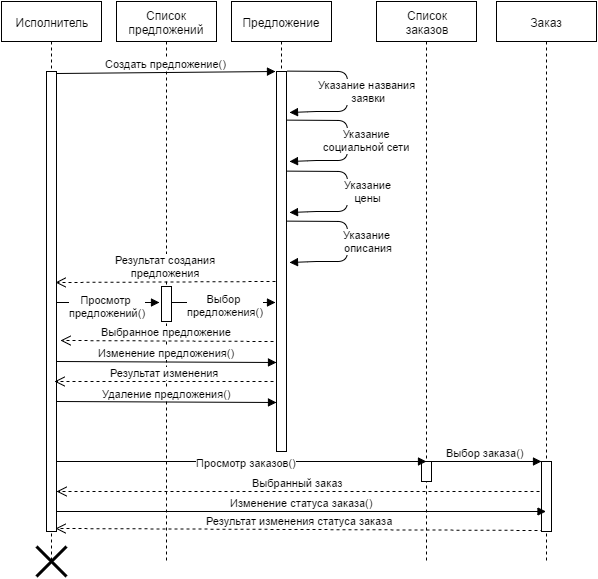
Above: res/sequence_diagram_performer.png in borisovvictor/SocialMediaExchange (draw.io), before the change. Source tidied: cells renumbered, new cells last; positions are measured from the earlier drawing's top-left corner, leaving out a move shared by most shapes. The source it was exported from:
```xml
<mxGraphModel background="#ffffff">
  <root>
    <mxCell id="0" style="html=1;" />
    <mxCell id="1" style="html=1;" parent="0" />
    <mxCell id="2" value="Список&lt;div&gt;заказов&lt;/div&gt;" style="shape=umlLifeline;perimeter=lifelinePerimeter;whiteSpace=wrap;html=1;rounded=0;fillColor=#FFFFFF;gradientColor=none;" parent="1" vertex="1">
      <mxGeometry x="375" width="100" height="560" as="geometry" />
    </mxCell>
    <mxCell id="3" style="html=1;perimeter=orthogonalPerimeter;rounded=0;fillColor=#FFFFFF;gradientColor=none;" parent="2" vertex="1">
      <mxGeometry x="45" y="460" width="10" height="20" as="geometry" />
    </mxCell>
    <mxCell id="4" value="Список предложений" style="shape=umlLifeline;perimeter=lifelinePerimeter;whiteSpace=wrap;html=1;rounded=0;fillColor=#FFFFFF;gradientColor=none;" parent="1" vertex="1">
      <mxGeometry x="115" width="100" height="560" as="geometry" />
    </mxCell>
    <mxCell id="5" style="html=1;points=[];perimeter=orthogonalPerimeter;rounded=0;fillColor=#FFFFFF;gradientColor=none;" parent="4" vertex="1">
      <mxGeometry x="45" y="285" width="10" height="35" as="geometry" />
    </mxCell>
    <mxCell id="6" value="Предложение" style="shape=umlLifeline;perimeter=lifelinePerimeter;whiteSpace=wrap;html=1;outlineConnect=0;rounded=0;fillColor=#FFFFFF;gradientColor=none;" parent="1" vertex="1">
      <mxGeometry x="230" width="100" height="450" as="geometry" />
    </mxCell>
    <mxCell id="7" style="html=1;points=[];perimeter=orthogonalPerimeter;rounded=0;fillColor=#FFFFFF;gradientColor=none;" parent="6" vertex="1">
      <mxGeometry x="45" y="70" width="10" height="380" as="geometry" />
    </mxCell>
    <mxCell id="8" value="Исполнитель" style="shape=umlLifeline;perimeter=lifelinePerimeter;whiteSpace=wrap;html=1;rounded=0;fillColor=#FFFFFF;gradientColor=none;" parent="1" vertex="1">
      <mxGeometry width="100" height="560" as="geometry" />
    </mxCell>
    <mxCell id="9" style="html=1;points=[];perimeter=orthogonalPerimeter;rounded=0;fillColor=#FFFFFF;gradientColor=none;" parent="1" vertex="1">
      <mxGeometry x="45" y="70" width="10" height="460" as="geometry" />
    </mxCell>
    <mxCell id="10" value="Просмотр&amp;nbsp;&lt;div&gt;предложений()&lt;/div&gt;" style="html=1;verticalAlign=bottom;endArrow=block;exitX=1.1;exitY=0.502;exitPerimeter=0;" parent="1" edge="1" source="9">
      <mxGeometry x="-0.02" y="-19" relative="1" as="geometry">
        <mxPoint x="158" y="301" as="targetPoint" />
      </mxGeometry>
    </mxCell>
    <mxCell id="11" value="Результат изменения статуса заказа" style="html=1;verticalAlign=bottom;endArrow=open;dashed=1;endSize=8;entryX=0.9;entryY=0.993;entryPerimeter=0;exitX=0.2;exitY=0.986;exitPerimeter=0;" parent="1" edge="1" source="20" target="9">
      <mxGeometry relative="1" as="geometry" />
    </mxCell>
    <mxCell id="12" value="Создать предложение()" style="html=1;verticalAlign=bottom;endArrow=block;entryX=-0.134;entryY=0.001;entryPerimeter=0;exitX=1.1;exitY=0.005;exitPerimeter=0;" parent="1" edge="1" source="9" target="7">
      <mxGeometry relative="1" as="geometry" />
    </mxCell>
    <mxCell id="13" style="shape=umlDestroy;whiteSpace=wrap;html=1;strokeWidth=3;rounded=0;fillColor=#FFFFFF;gradientColor=none;" parent="1" vertex="1">
      <mxGeometry x="35" y="545" width="30" height="30" as="geometry" />
    </mxCell>
    <mxCell id="14" value="Результат создания&lt;div&gt;предложения&lt;/div&gt;" style="html=1;verticalAlign=bottom;endArrow=open;dashed=1;endSize=8;entryX=0.9;entryY=0.459;entryPerimeter=0;" parent="1" edge="1" target="9">
      <mxGeometry relative="1" as="geometry">
        <mxPoint x="274" y="280" as="sourcePoint" />
      </mxGeometry>
    </mxCell>
    <mxCell id="15" value="Указание названия&amp;nbsp;&lt;div&gt;заявки&lt;/div&gt;" style="html=1;verticalAlign=bottom;endArrow=block;exitX=0.969;exitY=0.406;exitPerimeter=0;entryX=1.3;entryY=0.164;entryPerimeter=0;" parent="1" edge="1">
      <mxGeometry x="90" as="geometry">
        <mxPoint x="285.7" y="69.6" as="sourcePoint" />
        <mxPoint x="288" y="111" as="targetPoint" />
        <Array as="points">
          <mxPoint x="346" y="70" />
          <mxPoint x="346" y="110" />
          <mxPoint x="315" y="110" />
        </Array>
        <mxPoint x="80" y="15" as="offset" />
      </mxGeometry>
    </mxCell>
    <mxCell id="16" value="Указание&amp;nbsp;&lt;div&gt;социальной сети&amp;nbsp;&lt;/div&gt;" style="html=1;verticalAlign=bottom;endArrow=block;exitX=0.969;exitY=0.406;exitPerimeter=0;entryX=1.3;entryY=0.164;entryPerimeter=0;" parent="1" edge="1">
      <mxGeometry x="90" y="49" as="geometry">
        <mxPoint x="285.7" y="118.6" as="sourcePoint" />
        <mxPoint x="288" y="160" as="targetPoint" />
        <Array as="points">
          <mxPoint x="346" y="119" />
          <mxPoint x="346" y="159" />
          <mxPoint x="315" y="159" />
        </Array>
        <mxPoint x="80" y="15" as="offset" />
      </mxGeometry>
    </mxCell>
    <mxCell id="17" value="Указание&lt;div&gt;цены&lt;/div&gt;" style="html=1;verticalAlign=bottom;endArrow=block;exitX=0.969;exitY=0.406;exitPerimeter=0;entryX=1.3;entryY=0.164;entryPerimeter=0;" parent="1" edge="1">
      <mxGeometry x="90" y="100" as="geometry">
        <mxPoint x="285.7" y="169.6" as="sourcePoint" />
        <mxPoint x="288" y="211" as="targetPoint" />
        <Array as="points">
          <mxPoint x="346" y="170" />
          <mxPoint x="346" y="210" />
          <mxPoint x="315" y="210" />
        </Array>
        <mxPoint x="80" y="15" as="offset" />
      </mxGeometry>
    </mxCell>
    <mxCell id="18" value="Указание&amp;nbsp;&lt;div&gt;описания&lt;/div&gt;" style="html=1;verticalAlign=bottom;endArrow=block;exitX=0.969;exitY=0.406;exitPerimeter=0;entryX=1.3;entryY=0.164;entryPerimeter=0;" parent="1" edge="1">
      <mxGeometry x="90" y="150" as="geometry">
        <mxPoint x="285.7" y="219.6" as="sourcePoint" />
        <mxPoint x="288" y="261" as="targetPoint" />
        <Array as="points">
          <mxPoint x="346" y="220" />
          <mxPoint x="346" y="260" />
          <mxPoint x="315" y="260" />
        </Array>
        <mxPoint x="80" y="15" as="offset" />
      </mxGeometry>
    </mxCell>
    <mxCell id="19" value="Заказ" style="shape=umlLifeline;perimeter=lifelinePerimeter;whiteSpace=wrap;html=1;outlineConnect=0;rounded=0;fillColor=#FFFFFF;gradientColor=none;" parent="1" vertex="1">
      <mxGeometry x="495" width="100" height="560" as="geometry" />
    </mxCell>
    <mxCell id="20" style="html=1;points=[];perimeter=orthogonalPerimeter;rounded=0;fillColor=#FFFFFF;gradientColor=none;" parent="19" vertex="1">
      <mxGeometry x="45" y="460" width="10" height="70" as="geometry" />
    </mxCell>
    <mxCell id="21" value="Выбор&amp;nbsp;&lt;div&gt;предложения()&lt;/div&gt;" style="html=1;verticalAlign=bottom;endArrow=block;entryX=-0.1;entryY=0.608;entryPerimeter=0;" parent="1" edge="1" source="5" target="7">
      <mxGeometry x="0.04" y="-18" relative="1" as="geometry" />
    </mxCell>
    <mxCell id="22" value="Выбранное предложение" style="html=1;verticalAlign=bottom;endArrow=open;dashed=1;endSize=8;exitX=-0.3;exitY=0.711;exitPerimeter=0;entryX=1.4;entryY=0.585;entryPerimeter=0;" parent="1" edge="1" source="7" target="9">
      <mxGeometry relative="1" as="geometry" />
    </mxCell>
    <mxCell id="23" value="Изменение предложения()" style="html=1;verticalAlign=bottom;endArrow=block;entryX=0;entryY=0.766;entryPerimeter=0;" parent="1" edge="1" target="7">
      <mxGeometry relative="1" as="geometry">
        <mxPoint x="55" y="360" as="sourcePoint" />
      </mxGeometry>
    </mxCell>
    <mxCell id="24" value="Результат изменения" style="html=1;verticalAlign=bottom;endArrow=open;dashed=1;endSize=8;exitX=-0.3;exitY=0.711;exitPerimeter=0;entryX=0.8;entryY=0.711;entryPerimeter=0;" parent="1" edge="1">
      <mxGeometry x="118" y="380" as="geometry">
        <mxPoint x="272" y="380" as="sourcePoint" />
        <mxPoint x="53" y="380" as="targetPoint" />
      </mxGeometry>
    </mxCell>
    <mxCell id="25" value="Удаление предложения()" style="html=1;verticalAlign=bottom;endArrow=block;entryX=0;entryY=0.766;entryPerimeter=0;" parent="1" edge="1">
      <mxGeometry x="120" y="400" as="geometry">
        <mxPoint x="55" y="400" as="sourcePoint" />
        <mxPoint x="275" y="401" as="targetPoint" />
      </mxGeometry>
    </mxCell>
    <mxCell id="26" value="Выбор заказа()" style="html=1;verticalAlign=bottom;endArrow=block;entryX=0;entryY=0;" parent="1" edge="1" target="20">
      <mxGeometry relative="1" as="geometry">
        <mxPoint x="428" y="460" as="sourcePoint" />
      </mxGeometry>
    </mxCell>
    <mxCell id="27" value="Просмотр заказов()" style="html=1;verticalAlign=bottom;endArrow=block;" parent="1" edge="1" source="9">
      <mxGeometry x="0.03" y="-10" relative="1" as="geometry">
        <mxPoint x="425" y="460" as="targetPoint" />
      </mxGeometry>
    </mxCell>
    <mxCell id="28" value="Выбранный заказ" style="html=1;verticalAlign=bottom;endArrow=open;dashed=1;endSize=8;" parent="1" edge="1" target="9">
      <mxGeometry relative="1" as="geometry">
        <mxPoint x="538" y="490" as="sourcePoint" />
      </mxGeometry>
    </mxCell>
    <mxCell id="29" value="Изменение статуса заказа()" style="html=1;verticalAlign=bottom;endArrow=block;exitX=1;exitY=0.957;exitPerimeter=0;" parent="1" edge="1" source="9" target="19">
      <mxGeometry relative="1" as="geometry" />
    </mxCell>
  </root>
</mxGraphModel>
```
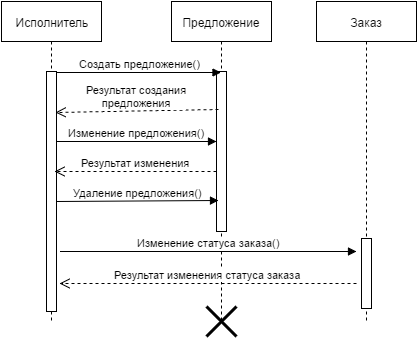
After the change.

Diff of the diagram source:
```diff
@@ -2,143 +2,63 @@
   <root>
     <mxCell id="0" style="html=1;" />
     <mxCell id="1" style="html=1;" parent="0" />
-    <mxCell id="2" value="Список&lt;div&gt;заказов&lt;/div&gt;" style="shape=umlLifeline;perimeter=lifelinePerimeter;whiteSpace=wrap;html=1;rounded=0;fillColor=#FFFFFF;gradientColor=none;" parent="1" vertex="1">
-      <mxGeometry x="375" width="100" height="560" as="geometry" />
-    </mxCell>
-    <mxCell id="3" style="html=1;perimeter=orthogonalPerimeter;rounded=0;fillColor=#FFFFFF;gradientColor=none;" parent="2" vertex="1">
-      <mxGeometry x="45" y="460" width="10" height="20" as="geometry" />
-    </mxCell>
-    <mxCell id="4" value="Список предложений" style="shape=umlLifeline;perimeter=lifelinePerimeter;whiteSpace=wrap;html=1;rounded=0;fillColor=#FFFFFF;gradientColor=none;" parent="1" vertex="1">
-      <mxGeometry x="115" width="100" height="560" as="geometry" />
-    </mxCell>
-    <mxCell id="5" style="html=1;points=[];perimeter=orthogonalPerimeter;rounded=0;fillColor=#FFFFFF;gradientColor=none;" parent="4" vertex="1">
-      <mxGeometry x="45" y="285" width="10" height="35" as="geometry" />
-    </mxCell>
     <mxCell id="6" value="Предложение" style="shape=umlLifeline;perimeter=lifelinePerimeter;whiteSpace=wrap;html=1;outlineConnect=0;rounded=0;fillColor=#FFFFFF;gradientColor=none;" parent="1" vertex="1">
-      <mxGeometry x="230" width="100" height="450" as="geometry" />
+      <mxGeometry x="170" width="100" height="320" as="geometry" />
     </mxCell>
     <mxCell id="7" style="html=1;points=[];perimeter=orthogonalPerimeter;rounded=0;fillColor=#FFFFFF;gradientColor=none;" parent="6" vertex="1">
-      <mxGeometry x="45" y="70" width="10" height="380" as="geometry" />
+      <mxGeometry x="45" y="70" width="10" height="160" as="geometry" />
     </mxCell>
     <mxCell id="8" value="Исполнитель" style="shape=umlLifeline;perimeter=lifelinePerimeter;whiteSpace=wrap;html=1;rounded=0;fillColor=#FFFFFF;gradientColor=none;" parent="1" vertex="1">
-      <mxGeometry width="100" height="560" as="geometry" />
+      <mxGeometry width="100" height="320" as="geometry" />
     </mxCell>
     <mxCell id="9" style="html=1;points=[];perimeter=orthogonalPerimeter;rounded=0;fillColor=#FFFFFF;gradientColor=none;" parent="1" vertex="1">
-      <mxGeometry x="45" y="70" width="10" height="460" as="geometry" />
+      <mxGeometry x="45" y="70" width="10" height="240" as="geometry" />
     </mxCell>
-    <mxCell id="10" value="Просмотр&amp;nbsp;&lt;div&gt;предложений()&lt;/div&gt;" style="html=1;verticalAlign=bottom;endArrow=block;exitX=1.1;exitY=0.502;exitPerimeter=0;" parent="1" edge="1" source="9">
-      <mxGeometry x="-0.02" y="-19" relative="1" as="geometry">
-        <mxPoint x="158" y="301" as="targetPoint" />
-      </mxGeometry>
-    </mxCell>
-    <mxCell id="11" value="Результат изменения статуса заказа" style="html=1;verticalAlign=bottom;endArrow=open;dashed=1;endSize=8;entryX=0.9;entryY=0.993;entryPerimeter=0;exitX=0.2;exitY=0.986;exitPerimeter=0;" parent="1" edge="1" source="20" target="9">
-      <mxGeometry relative="1" as="geometry" />
+    <mxCell id="11" value="Результат изменения статуса заказа" style="html=1;verticalAlign=bottom;endArrow=open;dashed=1;endSize=8;" parent="1" edge="1">
+      <mxGeometry relative="1" as="geometry">
+        <mxPoint x="355" y="282" as="sourcePoint" />
+        <mxPoint x="58" y="282" as="targetPoint" />
+      </mxGeometry>
     </mxCell>
-    <mxCell id="12" value="Создать предложение()" style="html=1;verticalAlign=bottom;endArrow=block;entryX=-0.134;entryY=0.001;entryPerimeter=0;exitX=1.1;exitY=0.005;exitPerimeter=0;" parent="1" edge="1" source="9" target="7">
+    <mxCell id="12" value="Создать предложение()" style="html=1;verticalAlign=bottom;endArrow=block;exitX=1.1;exitY=0.005;exitPerimeter=0;" parent="1" edge="1" source="9" target="6">
       <mxGeometry relative="1" as="geometry" />
     </mxCell>
-    <mxCell id="13" style="shape=umlDestroy;whiteSpace=wrap;html=1;strokeWidth=3;rounded=0;fillColor=#FFFFFF;gradientColor=none;" parent="1" vertex="1">
-      <mxGeometry x="35" y="545" width="30" height="30" as="geometry" />
-    </mxCell>
-    <mxCell id="14" value="Результат создания&lt;div&gt;предложения&lt;/div&gt;" style="html=1;verticalAlign=bottom;endArrow=open;dashed=1;endSize=8;entryX=0.9;entryY=0.459;entryPerimeter=0;" parent="1" edge="1" target="9">
+    <mxCell id="14" value="Результат создания&lt;div&gt;предложения&lt;/div&gt;" style="html=1;verticalAlign=bottom;endArrow=open;dashed=1;endSize=8;entryX=0.9;entryY=0.459;entryPerimeter=0;exitX=0.2;exitY=0.238;exitPerimeter=0;" parent="1" edge="1" source="7">
       <mxGeometry relative="1" as="geometry">
-        <mxPoint x="274" y="280" as="sourcePoint" />
+        <mxPoint x="54" y="111" as="targetPoint" />
       </mxGeometry>
     </mxCell>
-    <mxCell id="15" value="Указание названия&amp;nbsp;&lt;div&gt;заявки&lt;/div&gt;" style="html=1;verticalAlign=bottom;endArrow=block;exitX=0.969;exitY=0.406;exitPerimeter=0;entryX=1.3;entryY=0.164;entryPerimeter=0;" parent="1" edge="1">
-      <mxGeometry x="90" as="geometry">
-        <mxPoint x="285.7" y="69.6" as="sourcePoint" />
-        <mxPoint x="288" y="111" as="targetPoint" />
-        <Array as="points">
-          <mxPoint x="346" y="70" />
-          <mxPoint x="346" y="110" />
-          <mxPoint x="315" y="110" />
-        </Array>
-        <mxPoint x="80" y="15" as="offset" />
-      </mxGeometry>
-    </mxCell>
-    <mxCell id="16" value="Указание&amp;nbsp;&lt;div&gt;социальной сети&amp;nbsp;&lt;/div&gt;" style="html=1;verticalAlign=bottom;endArrow=block;exitX=0.969;exitY=0.406;exitPerimeter=0;entryX=1.3;entryY=0.164;entryPerimeter=0;" parent="1" edge="1">
-      <mxGeometry x="90" y="49" as="geometry">
-        <mxPoint x="285.7" y="118.6" as="sourcePoint" />
-        <mxPoint x="288" y="160" as="targetPoint" />
-        <Array as="points">
-          <mxPoint x="346" y="119" />
-          <mxPoint x="346" y="159" />
-          <mxPoint x="315" y="159" />
-        </Array>
-        <mxPoint x="80" y="15" as="offset" />
-      </mxGeometry>
-    </mxCell>
-    <mxCell id="17" value="Указание&lt;div&gt;цены&lt;/div&gt;" style="html=1;verticalAlign=bottom;endArrow=block;exitX=0.969;exitY=0.406;exitPerimeter=0;entryX=1.3;entryY=0.164;entryPerimeter=0;" parent="1" edge="1">
-      <mxGeometry x="90" y="100" as="geometry">
-        <mxPoint x="285.7" y="169.6" as="sourcePoint" />
-        <mxPoint x="288" y="211" as="targetPoint" />
-        <Array as="points">
-          <mxPoint x="346" y="170" />
-          <mxPoint x="346" y="210" />
-          <mxPoint x="315" y="210" />
-        </Array>
-        <mxPoint x="80" y="15" as="offset" />
-      </mxGeometry>
-    </mxCell>
-    <mxCell id="18" value="Указание&amp;nbsp;&lt;div&gt;описания&lt;/div&gt;" style="html=1;verticalAlign=bottom;endArrow=block;exitX=0.969;exitY=0.406;exitPerimeter=0;entryX=1.3;entryY=0.164;entryPerimeter=0;" parent="1" edge="1">
-      <mxGeometry x="90" y="150" as="geometry">
-        <mxPoint x="285.7" y="219.6" as="sourcePoint" />
-        <mxPoint x="288" y="261" as="targetPoint" />
-        <Array as="points">
-          <mxPoint x="346" y="220" />
-          <mxPoint x="346" y="260" />
-          <mxPoint x="315" y="260" />
-        </Array>
-        <mxPoint x="80" y="15" as="offset" />
-      </mxGeometry>
-    </mxCell>
     <mxCell id="19" value="Заказ" style="shape=umlLifeline;perimeter=lifelinePerimeter;whiteSpace=wrap;html=1;outlineConnect=0;rounded=0;fillColor=#FFFFFF;gradientColor=none;" parent="1" vertex="1">
-      <mxGeometry x="495" width="100" height="560" as="geometry" />
+      <mxGeometry x="315" width="100" height="320" as="geometry" />
     </mxCell>
     <mxCell id="20" style="html=1;points=[];perimeter=orthogonalPerimeter;rounded=0;fillColor=#FFFFFF;gradientColor=none;" parent="19" vertex="1">
-      <mxGeometry x="45" y="460" width="10" height="70" as="geometry" />
+      <mxGeometry x="45" y="237" width="10" height="70" as="geometry" />
     </mxCell>
-    <mxCell id="21" value="Выбор&amp;nbsp;&lt;div&gt;предложения()&lt;/div&gt;" style="html=1;verticalAlign=bottom;endArrow=block;entryX=-0.1;entryY=0.608;entryPerimeter=0;" parent="1" edge="1" source="5" target="7">
-      <mxGeometry x="0.04" y="-18" relative="1" as="geometry" />
-    </mxCell>
-    <mxCell id="22" value="Выбранное предложение" style="html=1;verticalAlign=bottom;endArrow=open;dashed=1;endSize=8;exitX=-0.3;exitY=0.711;exitPerimeter=0;entryX=1.4;entryY=0.585;entryPerimeter=0;" parent="1" edge="1" source="7" target="9">
-      <mxGeometry relative="1" as="geometry" />
-    </mxCell>
-    <mxCell id="23" value="Изменение предложения()" style="html=1;verticalAlign=bottom;endArrow=block;entryX=0;entryY=0.766;entryPerimeter=0;" parent="1" edge="1" target="7">
+    <mxCell id="23" value="Изменение предложения()" style="html=1;verticalAlign=bottom;endArrow=block;" parent="1" edge="1">
       <mxGeometry relative="1" as="geometry">
-        <mxPoint x="55" y="360" as="sourcePoint" />
+        <mxPoint x="55" y="140" as="sourcePoint" />
+        <mxPoint x="215" y="140" as="targetPoint" />
       </mxGeometry>
     </mxCell>
-    <mxCell id="24" value="Результат изменения" style="html=1;verticalAlign=bottom;endArrow=open;dashed=1;endSize=8;exitX=-0.3;exitY=0.711;exitPerimeter=0;entryX=0.8;entryY=0.711;entryPerimeter=0;" parent="1" edge="1">
-      <mxGeometry x="118" y="380" as="geometry">
-        <mxPoint x="272" y="380" as="sourcePoint" />
-        <mxPoint x="53" y="380" as="targetPoint" />
+    <mxCell id="24" value="Результат изменения" style="html=1;verticalAlign=bottom;endArrow=open;dashed=1;endSize=8;entryX=0.8;entryY=0.711;entryPerimeter=0;" parent="1" edge="1">
+      <mxGeometry x="118" y="170" as="geometry">
+        <mxPoint x="215" y="170" as="sourcePoint" />
+        <mxPoint x="53" y="170" as="targetPoint" />
       </mxGeometry>
     </mxCell>
-    <mxCell id="25" value="Удаление предложения()" style="html=1;verticalAlign=bottom;endArrow=block;entryX=0;entryY=0.766;entryPerimeter=0;" parent="1" edge="1">
-      <mxGeometry x="120" y="400" as="geometry">
-        <mxPoint x="55" y="400" as="sourcePoint" />
-        <mxPoint x="275" y="401" as="targetPoint" />
+    <mxCell id="25" value="Удаление предложения()" style="html=1;verticalAlign=bottom;endArrow=block;entryX=0.2;entryY=0.806;entryPerimeter=0;" parent="1" edge="1" target="7">
+      <mxGeometry x="120" y="200" as="geometry">
+        <mxPoint x="55" y="200" as="sourcePoint" />
       </mxGeometry>
     </mxCell>
-    <mxCell id="26" value="Выбор заказа()" style="html=1;verticalAlign=bottom;endArrow=block;entryX=0;entryY=0;" parent="1" edge="1" target="20">
-      <mxGeometry relative="1" as="geometry">
-        <mxPoint x="428" y="460" as="sourcePoint" />
-      </mxGeometry>
-    </mxCell>
-    <mxCell id="27" value="Просмотр заказов()" style="html=1;verticalAlign=bottom;endArrow=block;" parent="1" edge="1" source="9">
-      <mxGeometry x="0.03" y="-10" relative="1" as="geometry">
-        <mxPoint x="425" y="460" as="targetPoint" />
-      </mxGeometry>
-    </mxCell>
-    <mxCell id="28" value="Выбранный заказ" style="html=1;verticalAlign=bottom;endArrow=open;dashed=1;endSize=8;" parent="1" edge="1" target="9">
-      <mxGeometry relative="1" as="geometry">
-        <mxPoint x="538" y="490" as="sourcePoint" />
-      </mxGeometry>
-    </mxCell>
-    <mxCell id="29" value="Изменение статуса заказа()" style="html=1;verticalAlign=bottom;endArrow=block;exitX=1;exitY=0.957;exitPerimeter=0;" parent="1" edge="1" source="9" target="19">
-      <mxGeometry relative="1" as="geometry" />
+    <mxCell id="29" value="Изменение статуса заказа()" style="html=1;verticalAlign=bottom;endArrow=block;" parent="1" edge="1">
+      <mxGeometry relative="1" as="geometry">
+        <mxPoint x="59" y="250" as="sourcePoint" />
+        <mxPoint x="355" y="250" as="targetPoint" />
+      </mxGeometry>
     </mxCell>
+    <mxCell id="13" style="shape=umlDestroy;whiteSpace=wrap;html=1;strokeWidth=3;rounded=0;fillColor=#FFFFFF;gradientColor=none;" parent="1" vertex="1">
+      <mxGeometry x="205" y="305" width="30" height="30" as="geometry" />
+    </mxCell>
   </root>
 </mxGraphModel>
```
